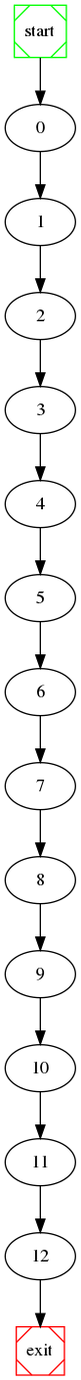
NabeelQaiser/BTP_2k18-19 keeps this Graphviz diagram as wpc/raw_graph.png. Above is the earlier version. Its source is kept beside it as wpc/raw_graph.dot.
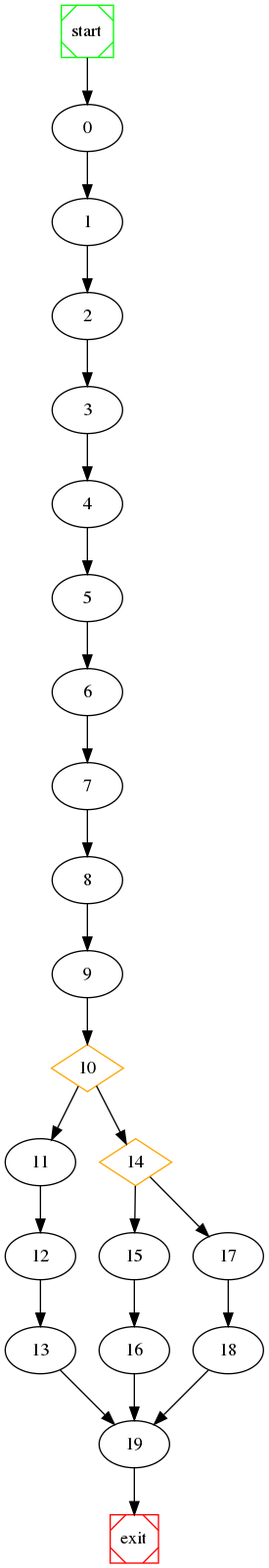
Above is the later version.

Diff of the diagram source:
```diff
@@ -10,10 +10,21 @@
 	6 -> 7 ;
 	7 -> 8 ;
 	8 -> 9 ;
+	10 [shape=diamond, color=orange] ;
+	11 -> 12 ;
+	12 -> 13 ;
+	10 -> 11 ;
+	14 [shape=diamond, color=orange] ;
+	10 -> 14 ;
+	15 -> 16 ;
+	14 -> 15 ;
+	17 -> 18 ;
+	14 -> 17 ;
 	9 -> 10 ;
-	10 -> 11 ;
-	11 -> 12 ;
-	12 -> exit;
+	13 -> 19 ;
+	18 -> 19 ;
+	16 -> 19 ;
+	19 -> exit;
 
 	start [shape=Msquare, color=green];
 	exit [shape=Msquare, color=red];
```
